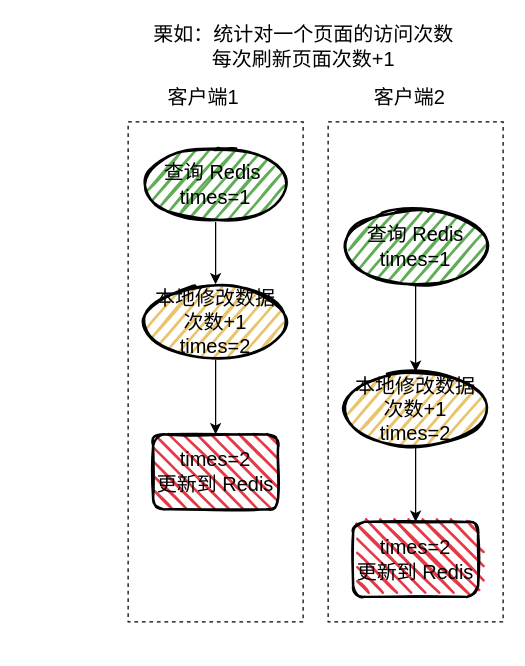
boilingfrog/Go-POINT keeps this draw.io diagram as page "rmw" (1 of 24) of redis/redis.drawio. Above is the earlier version. Source tidied: cells renumbered, new cells numbered last; positions are measured from the earlier drawing's top-left corner, leaving out a move shared by most shapes. Both pictures are drawn from the tidied source at 125%, with x=0, y=0 at pixel (128, 21).
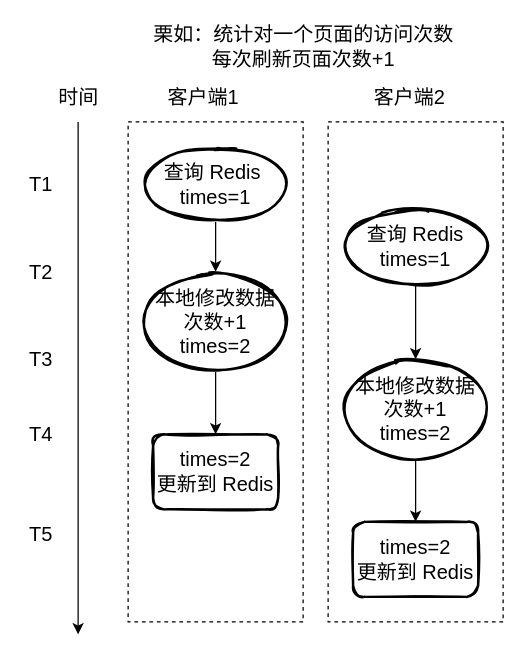
The same page after the edit.

Commit message (it also covers changes not shown here):
feat:redis 中的并发访问

The edit, as a diff of the source:
```diff
@@
-    <mxCell id="5" value="本地修改数据&lt;br&gt;次数+1&lt;br&gt;times=2" style="ellipse;whiteSpace=wrap;html=1;strokeWidth=2;fillWeight=2;hachureGap=8;fillColor=#E9C46A;fillStyle=dots;sketch=1;fontSize=16;" parent="1" vertex="1">
-      <mxGeometry x="10" y="210" width="120" height="60" as="geometry" />
+    <mxCell id="5" value="本地修改数据&lt;br&gt;次数+1&lt;br&gt;times=2" style="ellipse;whiteSpace=wrap;html=1;strokeWidth=2;fillWeight=2;hachureGap=8;fillColor=none;fillStyle=dots;sketch=1;fontSize=16;" parent="1" vertex="1">
+      <mxGeometry x="10" y="200" width="120" height="80" as="geometry" />
     </mxCell>
-    <mxCell id="6" value="times=2&lt;br&gt;更新到 Redis" style="rounded=1;whiteSpace=wrap;html=1;strokeWidth=2;fillWeight=2;hachureGap=8;hachureAngle=45;fillColor=#E63946;sketch=1;fontSize=16;fillStyle=dots;" parent="1" vertex="1">
+    <mxCell id="6" value="times=2&lt;br&gt;更新到 Redis" style="rounded=1;whiteSpace=wrap;html=1;strokeWidth=2;fillWeight=2;hachureGap=8;hachureAngle=45;fillColor=none;sketch=1;fontSize=16;fillStyle=dots;" parent="1" vertex="1">
       <mxGeometry x="20" y="330" width="100" height="60" as="geometry" />
     </mxCell>
@@
-    <mxCell id="8" style="edgeStyle=none;html=1;fontSize=11;strokeColor=default;" parent="1" edge="1" source="9" target="15">
+    <mxCell id="8" style="edgeStyle=none;html=1;entryX=0.5;entryY=0;entryDx=0;entryDy=0;fontSize=11;strokeColor=default;" parent="1" edge="1" source="9" target="15">
       <mxGeometry relative="1" as="geometry" />
     </mxCell>
-    <mxCell id="9" value="查询 Redis&lt;br&gt;times=1" style="ellipse;whiteSpace=wrap;html=1;strokeWidth=2;fillWeight=2;hachureGap=8;fillColor=#5FAD56;fillStyle=dots;sketch=1;fontSize=16;" parent="1" vertex="1">
+    <mxCell id="9" value="查询 Redis&lt;br&gt;times=1" style="ellipse;whiteSpace=wrap;html=1;strokeWidth=2;fillWeight=2;hachureGap=8;fillColor=none;fillStyle=dots;sketch=1;fontSize=16;" parent="1" vertex="1">
       <mxGeometry x="170" y="150" width="120" height="60" as="geometry" />
     </mxCell>
@@
-    <mxCell id="12" value="查询 Redis&amp;nbsp;&lt;br&gt;times=1" style="ellipse;whiteSpace=wrap;html=1;strokeWidth=2;fillWeight=2;hachureGap=8;fillColor=#5FAD56;fillStyle=dots;sketch=1;fontSize=16;" parent="1" vertex="1">
+    <mxCell id="12" value="查询 Redis&amp;nbsp;&lt;br&gt;times=1" style="ellipse;whiteSpace=wrap;html=1;strokeWidth=2;fillWeight=2;hachureGap=8;fillColor=none;fillStyle=dots;sketch=1;fontSize=16;" parent="1" vertex="1">
       <mxGeometry x="10" y="100" width="120" height="60" as="geometry" />
     </mxCell>
-    <mxCell id="13" value="times=2&lt;br&gt;更新到 Redis" style="rounded=1;whiteSpace=wrap;html=1;strokeWidth=2;fillWeight=2;hachureGap=8;hachureAngle=45;fillColor=#E63946;sketch=1;fontSize=16;fillStyle=dots;" parent="1" vertex="1">
+    <mxCell id="13" value="times=2&lt;br&gt;更新到 Redis" style="rounded=1;whiteSpace=wrap;html=1;strokeWidth=2;fillWeight=2;hachureGap=8;hachureAngle=45;fillColor=none;sketch=1;fontSize=16;fillStyle=dots;" parent="1" vertex="1">
       <mxGeometry x="180" y="400" width="100" height="60" as="geometry" />
     </mxCell>
+    <mxCell id="16" value="栗如：统计对一个页面的访问次数&lt;br&gt;每次刷新页面次数+1" style="text;html=1;align=center;verticalAlign=middle;strokeColor=none;fillColor=none;fontSize=16;" parent="1" vertex="1">
+      <mxGeometry x="10" width="260" height="40" as="geometry" />
+    </mxCell>
+    <mxCell id="17" style="endArrow=classic;html=1;fontSize=11;strokeColor=default;" parent="1" edge="1">
+      <mxGeometry relative="1" as="geometry">
+        <mxPoint x="-40" y="80" as="sourcePoint" />
+        <mxPoint x="-40" y="490" as="targetPoint" />
+      </mxGeometry>
+    </mxCell>
+    <mxCell id="18" value="时间" style="text;html=1;align=center;verticalAlign=middle;strokeColor=none;fillColor=none;fontSize=16;" parent="1" vertex="1">
+      <mxGeometry x="-65" y="50" width="50" height="20" as="geometry" />
+    </mxCell>
+    <mxCell id="19" value="T1" style="text;html=1;align=center;verticalAlign=middle;strokeColor=none;fillColor=none;fontSize=16;" parent="1" vertex="1">
+      <mxGeometry x="-85" y="120" width="30" height="20" as="geometry" />
+    </mxCell>
+    <mxCell id="20" value="T2" style="text;html=1;align=center;verticalAlign=middle;strokeColor=none;fillColor=none;fontSize=16;" parent="1" vertex="1">
+      <mxGeometry x="-85" y="190" width="30" height="20" as="geometry" />
+    </mxCell>
+    <mxCell id="21" value="T3" style="text;html=1;align=center;verticalAlign=middle;strokeColor=none;fillColor=none;fontSize=16;" parent="1" vertex="1">
+      <mxGeometry x="-85" y="260" width="30" height="20" as="geometry" />
+    </mxCell>
+    <mxCell id="22" value="T4" style="text;html=1;align=center;verticalAlign=middle;strokeColor=none;fillColor=none;fontSize=16;" parent="1" vertex="1">
+      <mxGeometry x="-85" y="320" width="30" height="20" as="geometry" />
+    </mxCell>
+    <mxCell id="23" value="T5" style="text;html=1;align=center;verticalAlign=middle;strokeColor=none;fillColor=none;fontSize=16;" parent="1" vertex="1">
+      <mxGeometry x="-85" y="400" width="30" height="20" as="geometry" />
+    </mxCell>
@@
-    <mxCell id="15" value="本地修改数据&lt;br&gt;次数+1&lt;br&gt;times=2" style="ellipse;whiteSpace=wrap;html=1;strokeWidth=2;fillWeight=2;hachureGap=8;fillColor=#E9C46A;fillStyle=dots;sketch=1;fontSize=16;" parent="1" vertex="1">
-      <mxGeometry x="170" y="280" width="120" height="60" as="geometry" />
+    <mxCell id="15" value="本地修改数据&lt;br&gt;次数+1&lt;br&gt;times=2" style="ellipse;whiteSpace=wrap;html=1;strokeWidth=2;fillWeight=2;hachureGap=8;fillColor=none;fillStyle=dots;sketch=1;fontSize=16;" parent="1" vertex="1">
+      <mxGeometry x="170" y="270" width="120" height="80" as="geometry" />
     </mxCell>
-    <mxCell id="16" value="栗如：统计对一个页面的访问次数&lt;br&gt;每次刷新页面次数+1" style="text;html=1;align=center;verticalAlign=middle;strokeColor=none;fillColor=none;fontSize=16;" parent="1" vertex="1">
-      <mxGeometry x="10" width="260" height="40" as="geometry" />
-    </mxCell>
```
